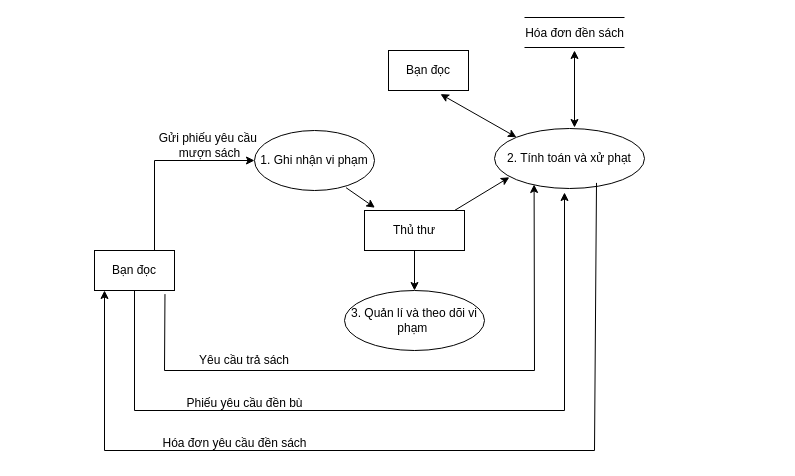
Above: page "sơ đồ mức dưới đỉnh quản lí vi phạm và phạt" (5 of 8) of Nhóm 1.drawio in Nguyenquynh235/DoAnNhom1 (draw.io), before the change. Source tidied: cells renumbered, new cells numbered last; positions are measured from the earlier drawing's top-left corner, leaving out a move shared by most shapes. Both pictures are drawn from the tidied source at 100%, with x=0, y=0 at pixel (94, 17).
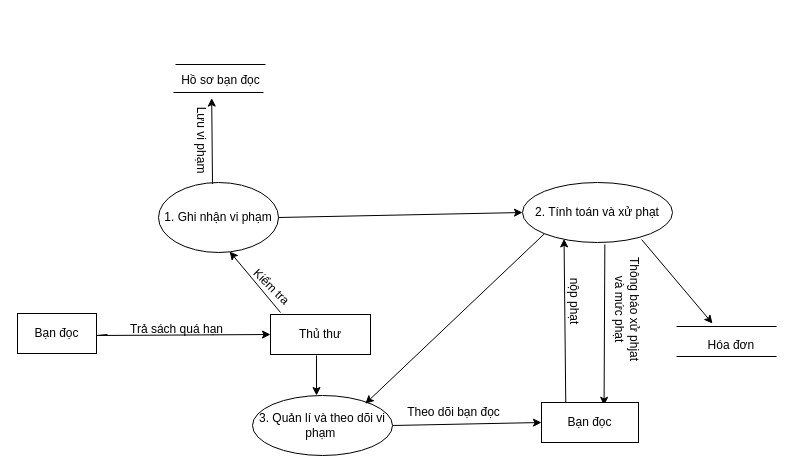
The same diagram, later.

The edit, as a diff of the source:
```diff
@@
     <mxCell id="2" value="Bạn đọc" style="rounded=0;whiteSpace=wrap;html=1;" parent="1" vertex="1">
-      <mxGeometry y="233" width="80" height="40" as="geometry" />
+      <mxGeometry x="-77" y="296" width="79" height="40" as="geometry" />
     </mxCell>
     <mxCell id="3" value="3. Quản lí và theo dõi vi phạm&amp;nbsp;" style="ellipse;whiteSpace=wrap;html=1;" parent="1" vertex="1">
-      <mxGeometry x="250" y="273" width="140" height="60" as="geometry" />
+      <mxGeometry x="158" y="378" width="140" height="60" as="geometry" />
     </mxCell>
     <mxCell id="4" value="2. Tính toán và xử phạt" style="ellipse;whiteSpace=wrap;html=1;" parent="1" vertex="1">
-      <mxGeometry x="400" y="111" width="150" height="60" as="geometry" />
+      <mxGeometry x="428" y="165" width="150" height="60" as="geometry" />
     </mxCell>
     <mxCell id="5" value="1. Ghi nhận vi phạm" style="ellipse;whiteSpace=wrap;html=1;" parent="1" vertex="1">
-      <mxGeometry x="160" y="113" width="120" height="60" as="geometry" />
+      <mxGeometry x="64" y="165" width="120" height="70" as="geometry" />
     </mxCell>
     <mxCell id="6" style="endArrow=none;html=1;rounded=0;" parent="1" edge="1">
       <mxGeometry relative="1" as="geometry">
-        <mxPoint x="530" as="sourcePoint" />
-        <mxPoint x="430" as="targetPoint" />
+        <mxPoint x="682" y="309" as="sourcePoint" />
+        <mxPoint x="582" y="309" as="targetPoint" />
       </mxGeometry>
     </mxCell>
     <mxCell id="7" style="endArrow=none;html=1;rounded=0;" parent="1" edge="1">
       <mxGeometry relative="1" as="geometry">
-        <mxPoint x="530" y="30" as="sourcePoint" />
-        <mxPoint x="430" y="30" as="targetPoint" />
+        <mxPoint x="682" y="339" as="sourcePoint" />
+        <mxPoint x="582" y="339" as="targetPoint" />
       </mxGeometry>
     </mxCell>
-    <mxCell id="8" value="Hóa đơn đền sách" style="text;html=1;align=center;verticalAlign=middle;strokeColor=none;fillColor=none;" parent="1" vertex="1">
-      <mxGeometry x="420" y="1" width="120" height="30" as="geometry" />
+    <mxCell id="8" value="Hóa đơn&amp;nbsp;" style="text;html=1;align=center;verticalAlign=middle;strokeColor=none;fillColor=none;" parent="1" vertex="1">
+      <mxGeometry x="604" y="315" width="68" height="26" as="geometry" />
     </mxCell>
-    <mxCell id="9" style="endArrow=classic;startArrow=classic;html=1;rounded=0;" parent="1" edge="1">
-      <mxGeometry relative="1" as="geometry">
-        <mxPoint x="480" y="110" as="sourcePoint" />
-        <mxPoint x="480" y="33" as="targetPoint" />
-      </mxGeometry>
-    </mxCell>
-    <mxCell id="10" style="endArrow=classic;html=1;rounded=0;entryX=0.104;entryY=-0.07;entryDx=0;entryDy=0;exitX=0.763;exitY=0.953;exitDx=0;exitDy=0;exitPerimeter=0;entryPerimeter=0;" parent="1" edge="1" source="5" target="21">
-      <mxGeometry relative="1" as="geometry" />
+    <mxCell id="10" style="endArrow=classic;html=1;rounded=0;entryX=0.593;entryY=0.986;entryDx=0;entryDy=0;entryPerimeter=0;" parent="1" edge="1" target="5">
+      <mxGeometry relative="1" as="geometry">
+        <mxPoint x="186" y="295" as="sourcePoint" />
+      </mxGeometry>
     </mxCell>
-    <mxCell id="11" style="endArrow=classic;html=1;rounded=0;entryX=0.099;entryY=0.813;entryDx=0;entryDy=0;entryPerimeter=0;" parent="1" edge="1" target="4">
-      <mxGeometry relative="1" as="geometry">
-        <mxPoint x="360" y="193" as="sourcePoint" />
-      </mxGeometry>
+    <mxCell id="11" style="endArrow=classic;html=1;rounded=0;exitX=0.549;exitY=1.033;exitDx=0;exitDy=0;exitPerimeter=0;entryX=0.645;entryY=0.07;entryDx=0;entryDy=0;entryPerimeter=0;" parent="1" edge="1" source="4" target="22">
+      <mxGeometry relative="1" as="geometry" />
     </mxCell>
     <mxCell id="12" style="endArrow=classic;html=1;rounded=0;exitX=0.429;exitY=1;exitDx=0;exitDy=0;exitPerimeter=0;" parent="1" edge="1">
       <mxGeometry relative="1" as="geometry">
-        <mxPoint x="320" y="233" as="sourcePoint" />
-        <mxPoint x="320" y="273" as="targetPoint" />
+        <mxPoint x="222" y="338" as="sourcePoint" />
+        <mxPoint x="222" y="378" as="targetPoint" />
       </mxGeometry>
     </mxCell>
-    <mxCell id="13" style="endArrow=classic;html=1;rounded=0;exitX=0.75;exitY=0;exitDx=0;exitDy=0;" parent="1" edge="1" source="2">
+    <mxCell id="13" style="endArrow=classic;html=1;rounded=0;entryX=0;entryY=0.5;entryDx=0;entryDy=0;" parent="1" edge="1" target="21">
       <mxGeometry relative="1" as="geometry">
-        <mxPoint x="160" y="143" as="targetPoint" />
+        <mxPoint x="13" y="317" as="sourcePoint" />
         <Array as="points">
-          <mxPoint x="60" y="143" />
+          <mxPoint x="2" y="318" />
         </Array>
       </mxGeometry>
     </mxCell>
-    <mxCell id="14" value="Gửi phiếu yêu cầu&amp;nbsp;&lt;div&gt;mượn sách&lt;/div&gt;" style="text;html=1;align=center;verticalAlign=middle;strokeColor=none;fillColor=none;" parent="1" vertex="1">
-      <mxGeometry x="55" y="108" width="120" height="40" as="geometry" />
+    <mxCell id="14" value="Trả sách quá hạn" style="text;html=1;align=center;verticalAlign=middle;strokeColor=none;fillColor=none;" parent="1" vertex="1">
+      <mxGeometry x="26.5" y="299" width="111" height="26" as="geometry" />
     </mxCell>
-    <mxCell id="15" style="endArrow=classic;html=1;rounded=0;entryX=0.264;entryY=0.933;entryDx=0;entryDy=0;entryPerimeter=0;exitX=0.881;exitY=1.09;exitDx=0;exitDy=0;exitPerimeter=0;" parent="1" edge="1" source="2" target="4">
-      <mxGeometry relative="1" as="geometry">
-        <Array as="points">
-          <mxPoint x="70" y="353" />
-          <mxPoint x="440" y="353" />
-        </Array>
-      </mxGeometry>
-    </mxCell>
-    <mxCell id="16" style="endArrow=classic;html=1;rounded=0;exitX=0.5;exitY=1;exitDx=0;exitDy=0;" parent="1" edge="1" source="2">
-      <mxGeometry relative="1" as="geometry">
-        <mxPoint x="470" y="175" as="targetPoint" />
-        <Array as="points">
-          <mxPoint x="40" y="393" />
-          <mxPoint x="470" y="393" />
-        </Array>
-      </mxGeometry>
-    </mxCell>
-    <mxCell id="17" style="endArrow=classic;html=1;rounded=0;exitX=0.68;exitY=0.907;exitDx=0;exitDy=0;exitPerimeter=0;" parent="1" edge="1" source="4">
-      <mxGeometry relative="1" as="geometry">
-        <mxPoint x="10" y="273" as="targetPoint" />
-        <Array as="points">
-          <mxPoint x="500" y="433" />
-          <mxPoint x="10" y="433" />
-        </Array>
-      </mxGeometry>
-    </mxCell>
-    <mxCell id="18" value="Phiếu yêu cầu đền bù" style="text;html=1;align=center;verticalAlign=middle;strokeColor=none;fillColor=none;" parent="1" vertex="1">
-      <mxGeometry x="80" y="371" width="140" height="30" as="geometry" />
-    </mxCell>
-    <mxCell id="19" value="Hóa đơn yêu cầu đền sách" style="text;html=1;align=center;verticalAlign=middle;strokeColor=none;fillColor=none;" parent="1" vertex="1">
-      <mxGeometry x="55" y="411" width="170" height="30" as="geometry" />
-    </mxCell>
-    <mxCell id="20" value="Yêu cầu trả sách" style="text;html=1;align=center;verticalAlign=middle;whiteSpace=wrap;rounded=0;" parent="1" vertex="1">
-      <mxGeometry x="100" y="333" width="100" height="20" as="geometry" />
-    </mxCell>
     <mxCell id="21" value="Thủ thư" style="rounded=0;whiteSpace=wrap;html=1;" parent="1" vertex="1">
-      <mxGeometry x="270" y="193" width="100" height="40" as="geometry" />
+      <mxGeometry x="176" y="297" width="100" height="40" as="geometry" />
     </mxCell>
     <mxCell id="22" value="Bạn đọc" style="rounded=0;whiteSpace=wrap;html=1;" parent="1" vertex="1">
-      <mxGeometry x="294" y="33" width="80" height="40" as="geometry" />
+      <mxGeometry x="447" y="385" width="97" height="40" as="geometry" />
     </mxCell>
+    <mxCell id="24" style="endArrow=none;html=1;rounded=0;" parent="1" edge="1">
+      <mxGeometry relative="1" as="geometry">
+        <mxPoint x="171" y="47" as="sourcePoint" />
+        <mxPoint x="81" y="47" as="targetPoint" />
+      </mxGeometry>
+    </mxCell>
+    <mxCell id="25" style="endArrow=none;html=1;rounded=0;" parent="1" edge="1">
+      <mxGeometry relative="1" as="geometry">
+        <mxPoint x="169" y="75" as="sourcePoint" />
+        <mxPoint x="79" y="75" as="targetPoint" />
+      </mxGeometry>
+    </mxCell>
+    <mxCell id="26" value="Hồ sơ bạn đọc" style="text;html=1;align=center;verticalAlign=middle;points=[];strokeColor=none;fillColor=none;" parent="1" vertex="1">
+      <mxGeometry x="76" y="48" width="100" height="30" as="geometry" />
+    </mxCell>
+    <mxCell id="27" style="endArrow=classic;html=1;rounded=0;exitX=0.45;exitY=0.02;exitDx=0;exitDy=0;exitPerimeter=0;entryX=0.412;entryY=1.087;entryDx=0;entryDy=0;entryPerimeter=0;" parent="1" edge="1" source="5" target="26">
+      <mxGeometry relative="1" as="geometry" />
+    </mxCell>
+    <mxCell id="28" value="Kiểm tra" style="text;html=1;align=center;verticalAlign=middle;strokeColor=none;fillColor=none;rotation=45;" parent="1" vertex="1">
+      <mxGeometry x="145" y="256" width="63" height="26" as="geometry" />
+    </mxCell>
+    <mxCell id="29" value="Lưu vi phạm" style="text;html=1;align=center;verticalAlign=middle;strokeColor=none;fillColor=none;rotation=90;" parent="1" vertex="1">
+      <mxGeometry x="64" y="109" width="85" height="26" as="geometry" />
+    </mxCell>
+    <mxCell id="30" value="Thông báo xử phjat&lt;div&gt;&amp;nbsp;và mức phạt&amp;nbsp;&lt;/div&gt;" style="text;html=1;align=center;verticalAlign=middle;strokeColor=none;fillColor=none;rotation=90;" parent="1" vertex="1">
+      <mxGeometry x="472" y="271" width="122" height="41" as="geometry" />
+    </mxCell>
-    <mxCell id="23" style="endArrow=classic;startArrow=classic;html=1;rounded=0;entryX=0;entryY=0;entryDx=0;entryDy=0;exitX=0.65;exitY=1.09;exitDx=0;exitDy=0;exitPerimeter=0;" parent="1" edge="1" source="22" target="4">
+    <mxCell id="23" style="endArrow=classic;html=1;rounded=0;entryX=0.277;entryY=0.94;entryDx=0;entryDy=0;entryPerimeter=0;exitX=0.25;exitY=0;exitDx=0;exitDy=0;" parent="1" edge="1" source="22" target="4">
       <mxGeometry relative="1" as="geometry" />
     </mxCell>
+    <mxCell id="31" value="nộp phạt" style="text;html=1;align=center;verticalAlign=middle;strokeColor=none;fillColor=none;rotation=90;" parent="1" vertex="1">
+      <mxGeometry x="447" y="270" width="65" height="26" as="geometry" />
+    </mxCell>
+    <mxCell id="32" style="endArrow=classic;html=1;rounded=0;exitX=0.795;exitY=0.953;exitDx=0;exitDy=0;exitPerimeter=0;" parent="1" edge="1" source="4">
+      <mxGeometry relative="1" as="geometry">
+        <mxPoint x="618" y="306" as="targetPoint" />
+      </mxGeometry>
+    </mxCell>
+    <mxCell id="33" style="endArrow=classic;html=1;rounded=0;entryX=0;entryY=0.5;entryDx=0;entryDy=0;exitX=1;exitY=0.5;exitDx=0;exitDy=0;" parent="1" edge="1" source="3" target="22">
+      <mxGeometry relative="1" as="geometry" />
+    </mxCell>
+    <mxCell id="34" value="Theo dõi bạn đọc" style="text;html=1;align=center;verticalAlign=middle;strokeColor=none;fillColor=none;" parent="1" vertex="1">
+      <mxGeometry x="303" y="382" width="111" height="26" as="geometry" />
+    </mxCell>
+    <mxCell id="35" style="endArrow=classic;html=1;rounded=0;entryX=0.806;entryY=0.137;entryDx=0;entryDy=0;entryPerimeter=0;exitX=0;exitY=1;exitDx=0;exitDy=0;" parent="1" edge="1" source="4" target="3">
+      <mxGeometry relative="1" as="geometry" />
+    </mxCell>
+    <mxCell id="36" style="endArrow=classic;html=1;rounded=0;entryX=0;entryY=0.5;entryDx=0;entryDy=0;exitX=1;exitY=0.5;exitDx=0;exitDy=0;" parent="1" edge="1" source="5" target="4">
+      <mxGeometry relative="1" as="geometry" />
+    </mxCell>
```
